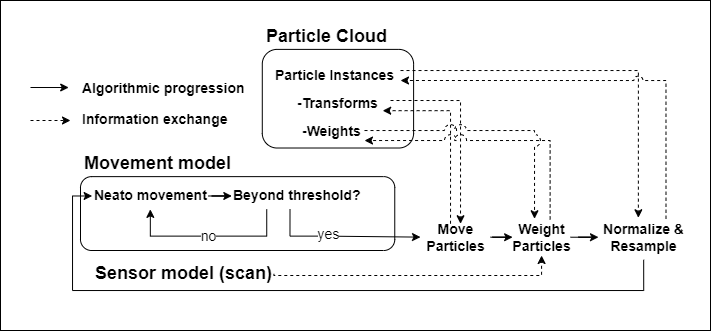
The draw.io diagram images/statediagram_white.png in a-matsoukas/robot_localization, before a commit. Source tidied: cells renumbered, new cells last; positions are measured from the earlier drawing's top-left corner, leaving out a move shared by most shapes.
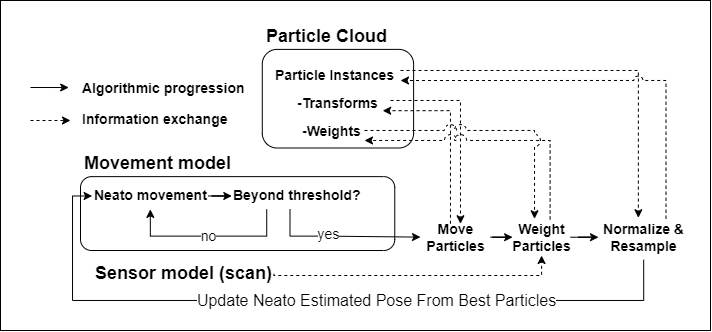
After the change.

What changed in the source:
```diff
@@ -102,12 +102,17 @@
     <mxCell id="24" style="edgeStyle=orthogonalEdgeStyle;rounded=0;jettySize=auto;html=1;entryX=0;entryY=0.5;entryDx=0;entryDy=0;exitX=0.502;exitY=1.116;exitDx=0;exitDy=0;exitPerimeter=0;" parent="1" edge="1" source="25" target="10">
       <mxGeometry relative="1" as="geometry">
         <Array as="points">
-          <mxPoint x="643" y="290" />
-          <mxPoint x="72" y="290" />
+          <mxPoint x="643" y="300" />
+          <mxPoint x="72" y="300" />
           <mxPoint x="72" y="195" />
         </Array>
       </mxGeometry>
     </mxCell>
+    <mxCell id="34" value="&lt;font style=&quot;font-size: 16px;&quot;&gt;Update Neato Estimated Pose From Best Particles&lt;/font&gt;" style="edgeLabel;html=1;align=center;verticalAlign=middle;" parent="24" vertex="1">
+      <mxGeometry x="-0.16" y="2" relative="1" as="geometry">
+        <mxPoint y="-2" as="offset" />
+      </mxGeometry>
+    </mxCell>
     <mxCell id="25" value="Normalize &amp;amp;&lt;br&gt;Resample" style="text;strokeColor=none;fillColor=none;html=1;fontSize=14;fontStyle=1;verticalAlign=middle;align=center;" parent="1" vertex="1">
       <mxGeometry x="598" y="218.2" width="90" height="36.8" as="geometry" />
     </mxCell>
```
